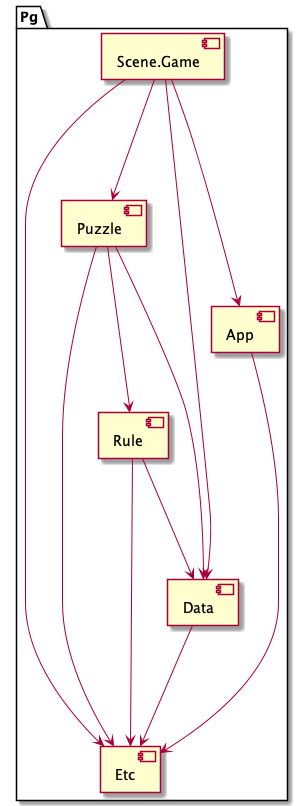
kuniyoshi/Pg keeps this PlantUML diagram as Documents/module.png. Above is the earlier version.
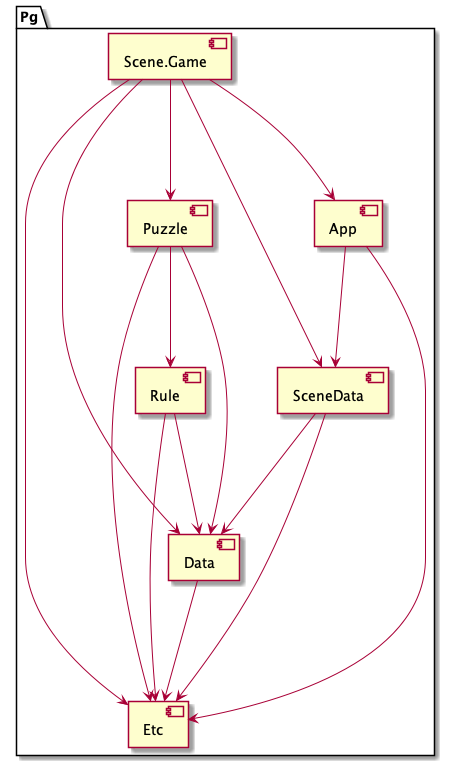
Later version of the same file.

The edit, as a diff of the source:
```diff
@@ -6,6 +6,7 @@
     [Rule]
     [Puzzle]
     [Scene.Game]
+    [SceneData]
     [App]
     Data ---> Etc
     Rule ---> Etc
@@ -13,11 +14,15 @@
     Puzzle ---> Etc
     Puzzle ---> Data
     Puzzle ---> Rule
+    SceneData ---> Data
+    SceneData ---> Etc
     Scene.Game ---> Etc
     Scene.Game ---> Data
     Scene.Game ---> Puzzle
     Scene.Game ---> App
+    Scene.Game ---> SceneData
     App ---> Etc
+    App ---> SceneData
 }
 
 @enduml
```
